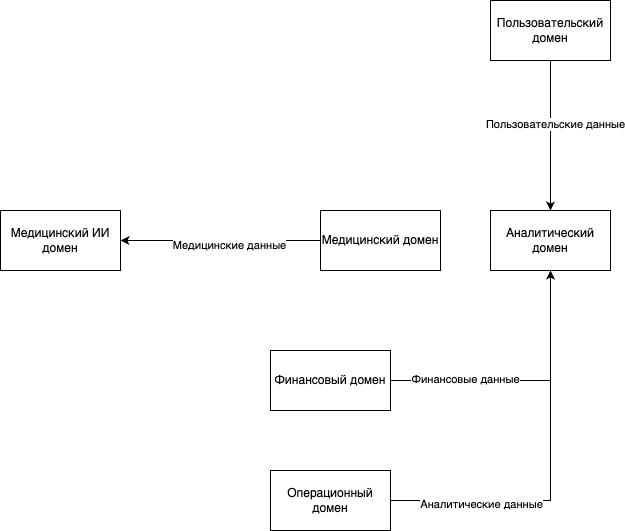
Above: Exc2/diagrams/data-flow.png in Implozium/architecture-sprint-11 (draw.io), before the change. Source tidied: cells renumbered, new cells last; positions are measured from the earlier drawing's top-left corner, leaving out a move shared by most shapes. Its diagram source:
```xml
<mxGraphModel>
  <root>
    <mxCell id="0" />
    <mxCell id="1" parent="0" />
    <mxCell id="2" style="edgeStyle=orthogonalEdgeStyle;rounded=0;jettySize=auto;html=1;" parent="1" edge="1" source="4" target="15">
      <mxGeometry relative="1" as="geometry" />
    </mxCell>
    <mxCell id="3" value="Финансовые данные" style="edgeLabel;html=1;align=center;verticalAlign=middle;" parent="2" vertex="1">
      <mxGeometry x="-0.45" y="2" relative="1" as="geometry" />
    </mxCell>
    <mxCell id="4" value="Финансовый домен" style="rounded=0;whiteSpace=wrap;html=1;" parent="1" vertex="1">
      <mxGeometry x="270" y="350" width="120" height="60" as="geometry" />
    </mxCell>
    <mxCell id="5" style="edgeStyle=orthogonalEdgeStyle;rounded=0;jettySize=auto;html=1;entryX=0.5;entryY=0;entryDx=0;entryDy=0;" parent="1" edge="1" source="7" target="15">
      <mxGeometry relative="1" as="geometry" />
    </mxCell>
    <mxCell id="6" value="Пользовательские данные" style="edgeLabel;html=1;align=center;verticalAlign=middle;" parent="5" vertex="1">
      <mxGeometry x="-0.16" y="4" relative="1" as="geometry" />
    </mxCell>
    <mxCell id="7" value="Пользовательский домен" style="rounded=0;whiteSpace=wrap;html=1;" parent="1" vertex="1">
      <mxGeometry x="490" width="120" height="60" as="geometry" />
    </mxCell>
    <mxCell id="8" style="edgeStyle=orthogonalEdgeStyle;rounded=0;jettySize=auto;html=1;entryX=1;entryY=0.5;entryDx=0;entryDy=0;" parent="1" edge="1" source="10" target="14">
      <mxGeometry relative="1" as="geometry" />
    </mxCell>
    <mxCell id="9" value="Медицинские данные" style="edgeLabel;html=1;align=center;verticalAlign=middle;" parent="8" vertex="1">
      <mxGeometry x="-0.08" y="4" relative="1" as="geometry" />
    </mxCell>
    <mxCell id="10" value="Медицинский домен" style="rounded=0;whiteSpace=wrap;html=1;" parent="1" vertex="1">
      <mxGeometry x="320" y="210" width="120" height="60" as="geometry" />
    </mxCell>
    <mxCell id="11" style="edgeStyle=orthogonalEdgeStyle;rounded=0;jettySize=auto;html=1;" parent="1" edge="1" source="13" target="15">
      <mxGeometry relative="1" as="geometry" />
    </mxCell>
    <mxCell id="12" value="Аналитические данные" style="edgeLabel;html=1;align=center;verticalAlign=middle;" parent="11" vertex="1">
      <mxGeometry x="-0.54" y="-3" relative="1" as="geometry" />
    </mxCell>
    <mxCell id="13" value="Операционный домен" style="rounded=0;whiteSpace=wrap;html=1;" parent="1" vertex="1">
      <mxGeometry x="270" y="470" width="120" height="60" as="geometry" />
    </mxCell>
    <mxCell id="14" value="Медицинский ИИ домен" style="rounded=0;whiteSpace=wrap;html=1;" parent="1" vertex="1">
      <mxGeometry y="210" width="120" height="60" as="geometry" />
    </mxCell>
    <mxCell id="15" value="Аналитический домен" style="rounded=0;whiteSpace=wrap;html=1;" parent="1" vertex="1">
      <mxGeometry x="490" y="210" width="120" height="60" as="geometry" />
    </mxCell>
  </root>
</mxGraphModel>
```
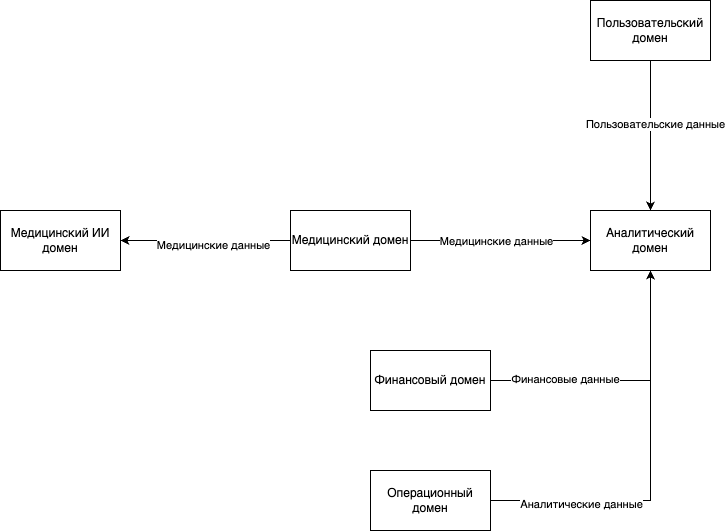
The same file after the commit.

Change to the diagram source:
```diff
@@ -26,8 +26,14 @@
     <mxCell id="9" value="Медицинские данные" style="edgeLabel;html=1;align=center;verticalAlign=middle;" parent="8" vertex="1">
       <mxGeometry x="-0.08" y="4" relative="1" as="geometry" />
     </mxCell>
+    <mxCell id="16" style="edgeStyle=orthogonalEdgeStyle;rounded=0;jettySize=auto;html=1;entryX=0;entryY=0.5;entryDx=0;entryDy=0;" parent="1" edge="1" source="10" target="15">
+      <mxGeometry relative="1" as="geometry" />
+    </mxCell>
+    <mxCell id="17" value="Медицинские данные" style="edgeLabel;html=1;align=center;verticalAlign=middle;" parent="16" vertex="1">
+      <mxGeometry x="-0.05" relative="1" as="geometry" />
+    </mxCell>
     <mxCell id="10" value="Медицинский домен" style="rounded=0;whiteSpace=wrap;html=1;" parent="1" vertex="1">
-      <mxGeometry x="320" y="210" width="120" height="60" as="geometry" />
+      <mxGeometry x="190" y="210" width="120" height="60" as="geometry" />
     </mxCell>
     <mxCell id="11" style="edgeStyle=orthogonalEdgeStyle;rounded=0;jettySize=auto;html=1;" parent="1" edge="1" source="13" target="15">
       <mxGeometry relative="1" as="geometry" />
@@ -39,7 +45,7 @@
       <mxGeometry x="270" y="470" width="120" height="60" as="geometry" />
     </mxCell>
     <mxCell id="14" value="Медицинский ИИ домен" style="rounded=0;whiteSpace=wrap;html=1;" parent="1" vertex="1">
-      <mxGeometry y="210" width="120" height="60" as="geometry" />
+      <mxGeometry x="-100" y="210" width="120" height="60" as="geometry" />
     </mxCell>
     <mxCell id="15" value="Аналитический домен" style="rounded=0;whiteSpace=wrap;html=1;" parent="1" vertex="1">
       <mxGeometry x="490" y="210" width="120" height="60" as="geometry" />
```
